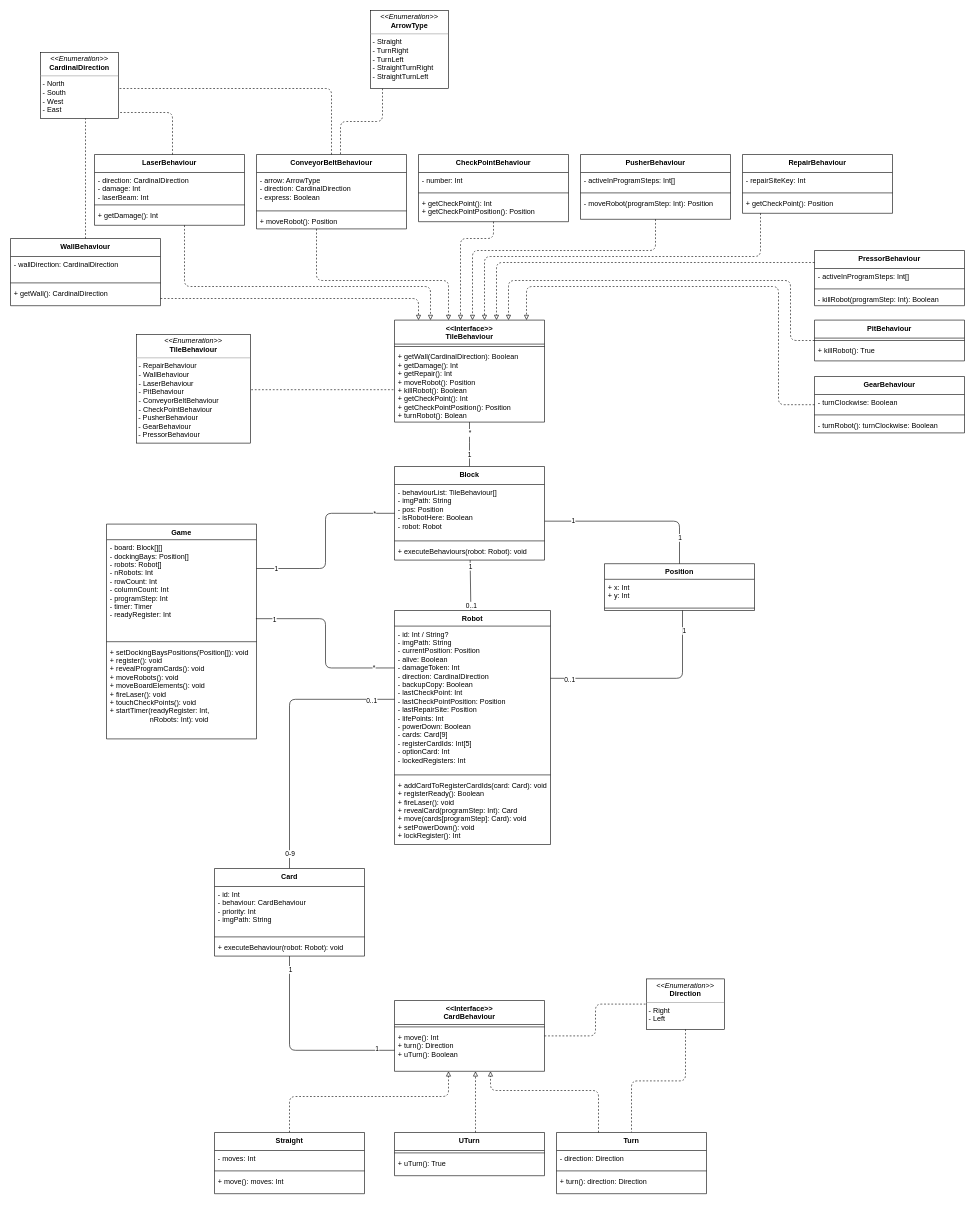
This is page "Page-1" (1 of 3) of server/documentation_server/gameClassDiagram.drawio from moritzscheer/swp2022a, a draw.io file, before an edit. Source tidied: cells renumbered, new cells numbered last; positions are measured from the earlier drawing's top-left corner, leaving out a move shared by most shapes. Both pictures are drawn from the tidied source at 60%, with x=0, y=0 at pixel (10, 10).
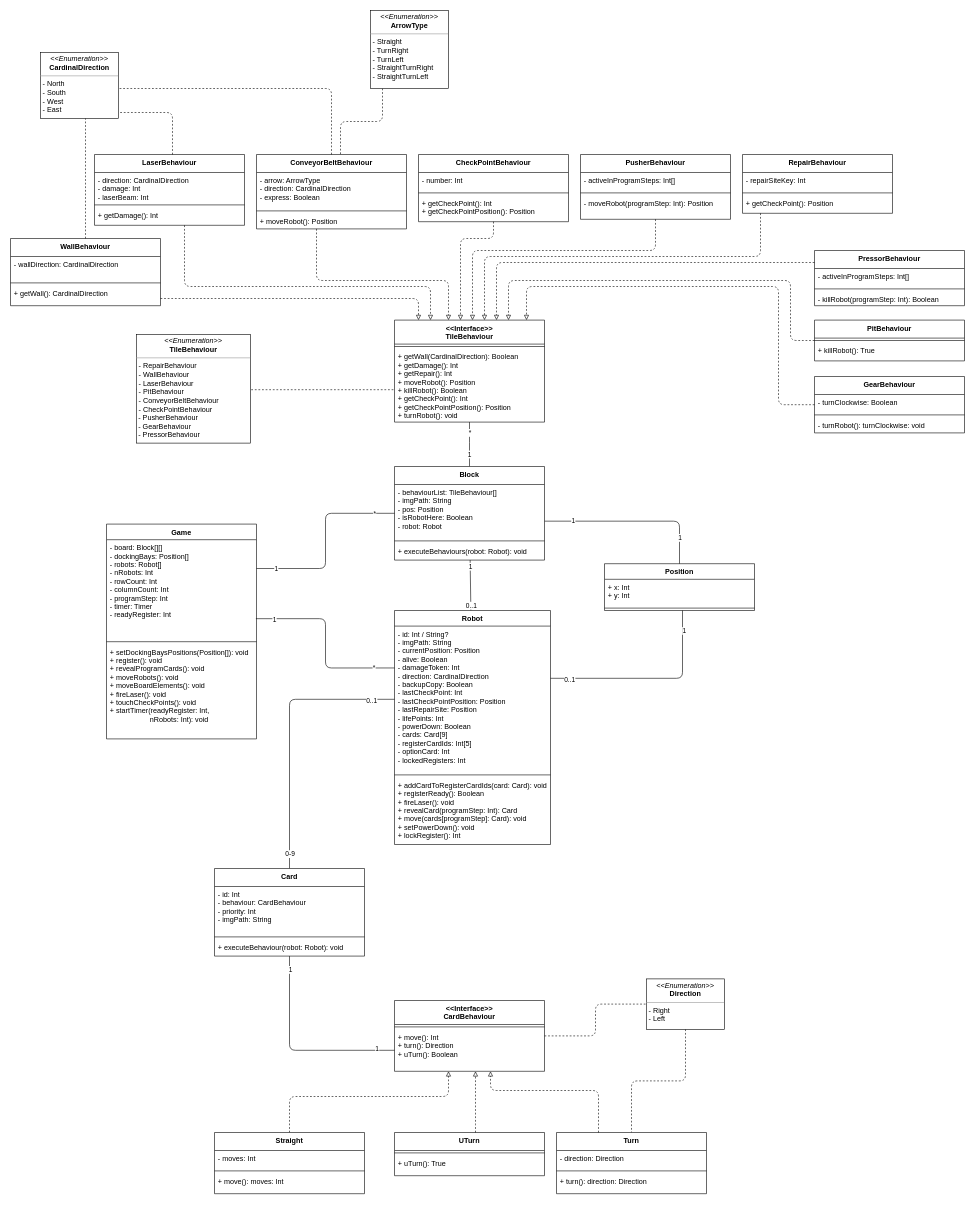
Above is the later version.

Commit message:
docs: update turnRobot to void function

The change refers to these unchanged cells:
```xml
<mxCell id="66" value="GearBehaviour" style="swimlane;fontStyle=1;align=center;verticalAlign=top;horizontal=1;startSize=30;" parent="1" vertex="1">
  <mxGeometry x="1340" y="610" width="250" height="94" as="geometry" />
</mxCell>
<mxCell id="74" value="&lt;&lt;Interface&gt;&gt;&#10;TileBehaviour&#10;" style="swimlane;fontStyle=1;align=center;verticalAlign=top;horizontal=1;startSize=40;" parent="1" vertex="1">
  <mxGeometry x="640" y="516" width="250" height="170" as="geometry" />
</mxCell>
```

What changed in the source:
```diff
@@
-    <mxCell id="69" value="- turnRobot(): turnClockwise: Boolean" style="text;strokeColor=none;fillColor=none;align=left;verticalAlign=top;spacingLeft=4;spacingRight=4;overflow=hidden;" parent="66" vertex="1">
+    <mxCell id="69" value="- turnRobot(): turnClockwise: void" style="text;strokeColor=none;fillColor=none;align=left;verticalAlign=top;spacingLeft=4;spacingRight=4;overflow=hidden;" parent="66" vertex="1">
       <mxGeometry y="68" width="250" height="26" as="geometry" />
     </mxCell>
@@
-    <mxCell id="76" value="+ getWall(CardinalDirection): Boolean&#10;+ getDamage(): Int&#10;+ getRepair(): Int&#10;+ moveRobot(): Position&#10;+ killRobot(): Boolean&#10;+ getCheckPoint(): Int&#10;+ getCheckPointPosition(): Position&#10;+ turnRobot(): Bolean&#10;" style="text;strokeColor=none;fillColor=none;align=left;verticalAlign=top;spacingLeft=4;spacingRight=4;overflow=hidden;points=[[0,0.5],[1,0.5]];portConstraint=eastwest;fontStyle=0;" parent="74" vertex="1">
+    <mxCell id="76" value="+ getWall(CardinalDirection): Boolean&#10;+ getDamage(): Int&#10;+ getRepair(): Int&#10;+ moveRobot(): Position&#10;+ killRobot(): Boolean&#10;+ getCheckPoint(): Int&#10;+ getCheckPointPosition(): Position&#10;+ turnRobot(): void&#10;" style="text;strokeColor=none;fillColor=none;align=left;verticalAlign=top;spacingLeft=4;spacingRight=4;overflow=hidden;points=[[0,0.5],[1,0.5]];portConstraint=eastwest;fontStyle=0;" parent="74" vertex="1">
       <mxGeometry y="48" width="250" height="122" as="geometry" />
     </mxCell>
```
